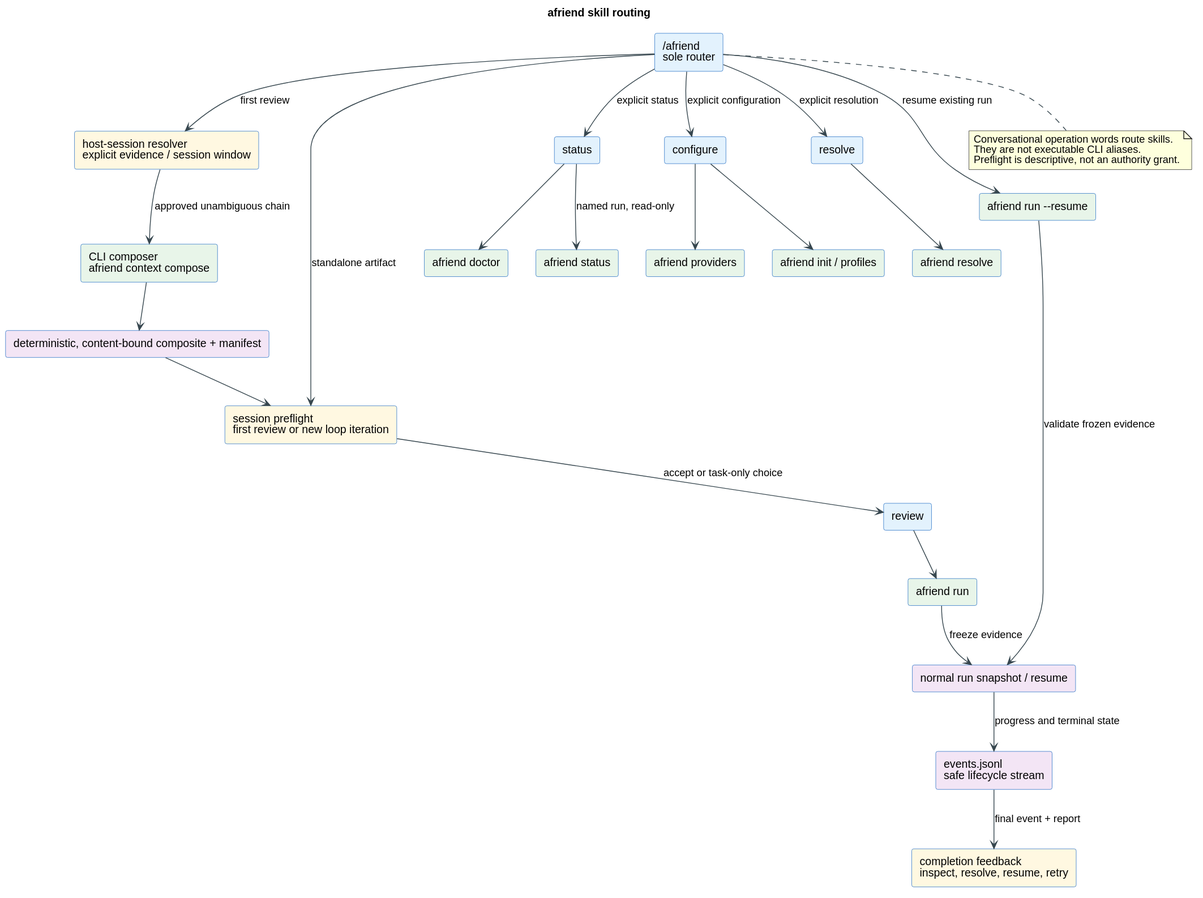
Before: docs/architecture/skill-routing.svg, a diagram exported from PlantUML (livingstaccato/afriend).
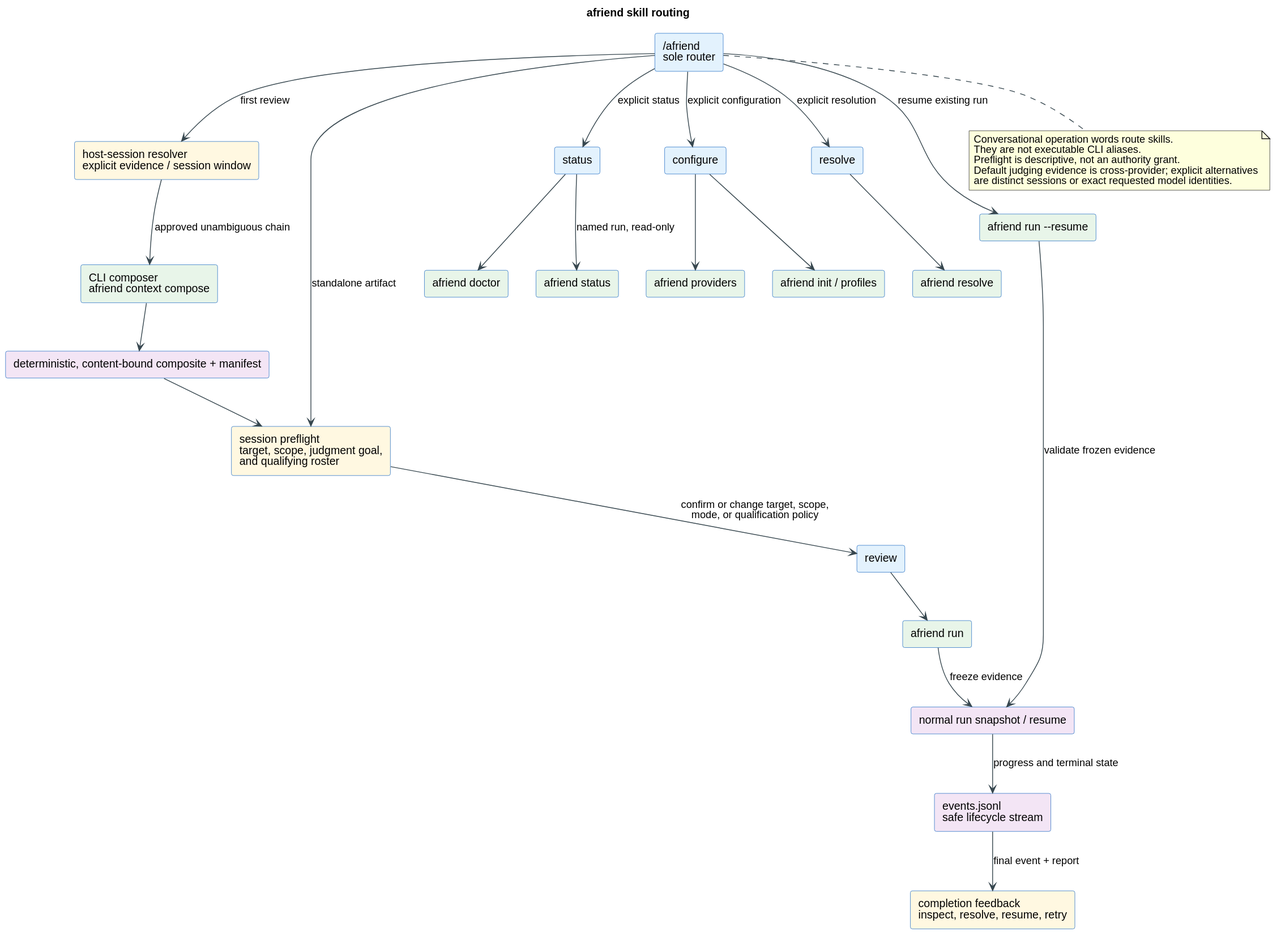
After the commit.

What changed in the source:
```diff
@@ -13,7 +13,7 @@
 rectangle "host-session resolver\nexplicit evidence / session window" as resolver #FFF8E1
 rectangle "CLI composer\nafriend context compose" as composer #E8F5E9
 rectangle "deterministic, content-bound composite + manifest" as composite #F3E5F5
-rectangle "session preflight\nfirst review or new loop iteration" as preflight #FFF8E1
+rectangle "session preflight\ntarget, scope, judgment goal,\nand qualifying roster" as preflight #FFF8E1
 rectangle "review" as review
 rectangle "status" as status
 rectangle "configure" as configure
@@ -34,7 +34,7 @@
 composer --> composite
 composite --> preflight
 router --> preflight : standalone artifact
-preflight --> review : accept or task-only choice
+preflight --> review : confirm or change target, scope,\nmode, or qualification policy
 router --> status : explicit status
 router --> configure : explicit configuration
 router --> resolve : explicit resolution
@@ -53,5 +53,7 @@
   Conversational operation words route skills.
   They are not executable CLI aliases.
   Preflight is descriptive, not an authority grant.
+  Default judging evidence is cross-provider; explicit alternatives
+  are distinct sessions or exact requested model identities.
 end note
 @enduml
```
